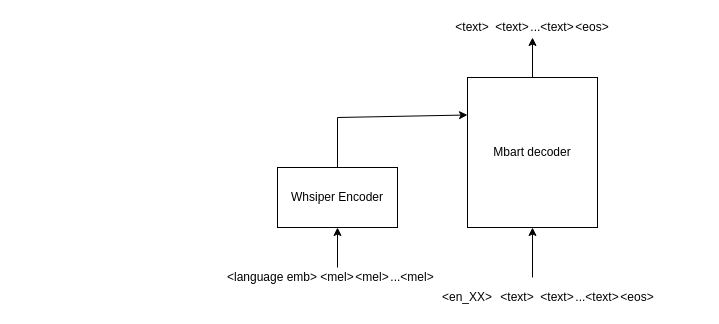
nethermanpro/drawio keeps this draw.io diagram as whisper_mod.drawio. Above is the earlier version. Source tidied: cells renumbered, new cells numbered last; positions are measured from the earlier drawing's top-left corner, leaving out a move shared by most shapes. Both pictures are drawn from the tidied source at 100%, with x=0, y=0 at pixel (207, 17).
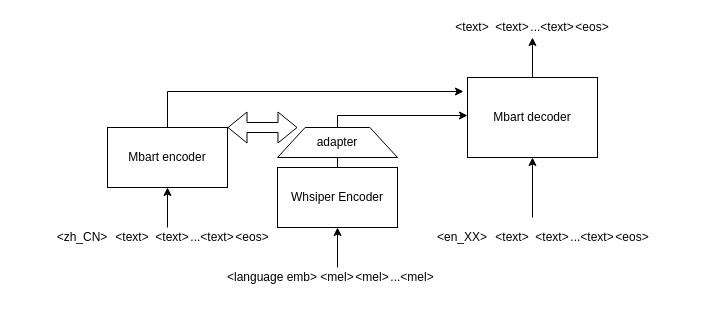
After the change.

Unchanged cells that the change refers to:
```xml
<mxCell id="2" value="Whsiper Encoder" style="rounded=0;whiteSpace=wrap;html=1;" parent="1" vertex="1">
  <mxGeometry x="70" y="150" width="120" height="60" as="geometry" />
</mxCell>
```

What changed in the source:
```diff
@@
     <mxCell id="3" value="Mbart decoder" style="rounded=0;whiteSpace=wrap;html=1;" parent="1" vertex="1">
-      <mxGeometry x="260" y="60" width="130" height="150" as="geometry" />
+      <mxGeometry x="260" y="60" width="130" height="80" as="geometry" />
     </mxCell>
-    <mxCell id="4" style="endArrow=classic;html=1;rounded=0;exitX=0.5;exitY=0;exitDx=0;exitDy=0;entryX=0;entryY=0.25;entryDx=0;entryDy=0;" parent="1" edge="1" source="2" target="3">
+    <mxCell id="4" style="endArrow=classic;html=1;rounded=0;exitX=0.5;exitY=0;exitDx=0;exitDy=0;" parent="1" edge="1" source="2">
       <mxGeometry relative="1" as="geometry">
+        <mxPoint x="260" y="98" as="targetPoint" />
         <Array as="points">
-          <mxPoint x="130" y="100" />
+          <mxPoint x="130" y="98" />
         </Array>
       </mxGeometry>
     </mxCell>
@@
     <mxCell id="10" value="&amp;lt;en_XX&amp;gt;" style="text;strokeColor=none;align=center;fillColor=none;html=1;verticalAlign=middle;whiteSpace=wrap;rounded=0;" parent="1" vertex="1">
-      <mxGeometry x="195" y="270" width="130" height="20" as="geometry" />
+      <mxGeometry x="190" y="210" width="130" height="20" as="geometry" />
     </mxCell>
     <mxCell id="11" value="&amp;lt;text&amp;gt;" style="text;strokeColor=none;align=center;fillColor=none;html=1;verticalAlign=middle;whiteSpace=wrap;rounded=0;" parent="1" vertex="1">
-      <mxGeometry x="245" y="270" width="130" height="20" as="geometry" />
+      <mxGeometry x="240" y="210" width="130" height="20" as="geometry" />
     </mxCell>
     <mxCell id="12" value="&amp;lt;text&amp;gt;" style="text;strokeColor=none;align=center;fillColor=none;html=1;verticalAlign=middle;whiteSpace=wrap;rounded=0;" parent="1" vertex="1">
-      <mxGeometry x="285" y="270" width="130" height="20" as="geometry" />
+      <mxGeometry x="280" y="210" width="130" height="20" as="geometry" />
     </mxCell>
     <mxCell id="13" value="...&amp;lt;text&amp;gt;" style="text;strokeColor=none;align=center;fillColor=none;html=1;verticalAlign=middle;whiteSpace=wrap;rounded=0;" parent="1" vertex="1">
-      <mxGeometry x="325" y="270" width="130" height="20" as="geometry" />
+      <mxGeometry x="320" y="210" width="130" height="20" as="geometry" />
     </mxCell>
     <mxCell id="14" value="&amp;lt;eos&amp;gt;" style="text;strokeColor=none;align=center;fillColor=none;html=1;verticalAlign=middle;whiteSpace=wrap;rounded=0;" parent="1" vertex="1">
-      <mxGeometry x="365" y="270" width="130" height="20" as="geometry" />
+      <mxGeometry x="360" y="210" width="130" height="20" as="geometry" />
     </mxCell>
     <mxCell id="15" style="endArrow=classic;html=1;rounded=0;entryX=0.5;entryY=1;entryDx=0;entryDy=0;" parent="1" edge="1" target="3">
       <mxGeometry relative="1" as="geometry">
-        <mxPoint x="325" y="260" as="sourcePoint" />
+        <mxPoint x="325" y="200" as="sourcePoint" />
       </mxGeometry>
     </mxCell>
@@
+    <mxCell id="21" style="verticalLabelPosition=middle;verticalAlign=middle;html=1;shape=trapezoid;perimeter=trapezoidPerimeter;whiteSpace=wrap;size=0.23;arcSize=10;flipV=1;labelPosition=center;align=center;rotation=-180;" parent="1" vertex="1">
+      <mxGeometry x="70" y="110" width="120" height="30" as="geometry" />
+    </mxCell>
+    <mxCell id="22" value="adapter" style="text;strokeColor=none;align=center;fillColor=none;html=1;verticalAlign=middle;whiteSpace=wrap;rounded=0;" parent="1" vertex="1">
+      <mxGeometry x="100" y="110" width="60" height="30" as="geometry" />
+    </mxCell>
+    <mxCell id="23" value="Mbart encoder" style="rounded=0;whiteSpace=wrap;html=1;" parent="1" vertex="1">
+      <mxGeometry x="-100" y="110" width="120" height="60" as="geometry" />
+    </mxCell>
+    <mxCell id="24" value="&amp;lt;zh_CN&amp;gt;" style="text;strokeColor=none;align=center;fillColor=none;html=1;verticalAlign=middle;whiteSpace=wrap;rounded=0;" parent="1" vertex="1">
+      <mxGeometry x="-190" y="210" width="130" height="20" as="geometry" />
+    </mxCell>
+    <mxCell id="25" value="&amp;lt;text&amp;gt;" style="text;strokeColor=none;align=center;fillColor=none;html=1;verticalAlign=middle;whiteSpace=wrap;rounded=0;" parent="1" vertex="1">
+      <mxGeometry x="-140" y="210" width="130" height="20" as="geometry" />
+    </mxCell>
+    <mxCell id="26" value="&amp;lt;text&amp;gt;" style="text;strokeColor=none;align=center;fillColor=none;html=1;verticalAlign=middle;whiteSpace=wrap;rounded=0;" parent="1" vertex="1">
+      <mxGeometry x="-100" y="210" width="130" height="20" as="geometry" />
+    </mxCell>
+    <mxCell id="27" value="...&amp;lt;text&amp;gt;" style="text;strokeColor=none;align=center;fillColor=none;html=1;verticalAlign=middle;whiteSpace=wrap;rounded=0;" parent="1" vertex="1">
+      <mxGeometry x="-60" y="210" width="130" height="20" as="geometry" />
+    </mxCell>
+    <mxCell id="28" value="&amp;lt;eos&amp;gt;" style="text;strokeColor=none;align=center;fillColor=none;html=1;verticalAlign=middle;whiteSpace=wrap;rounded=0;" parent="1" vertex="1">
+      <mxGeometry x="-20" y="210" width="130" height="20" as="geometry" />
+    </mxCell>
+    <mxCell id="29" style="endArrow=classic;html=1;rounded=0;exitX=0.154;exitY=0;exitDx=0;exitDy=0;exitPerimeter=0;entryX=0.5;entryY=1;entryDx=0;entryDy=0;" parent="1" edge="1" source="27" target="23">
+      <mxGeometry relative="1" as="geometry" />
+    </mxCell>
+    <mxCell id="30" style="endArrow=classic;html=1;rounded=0;exitX=0.5;exitY=0;exitDx=0;exitDy=0;entryX=-0.031;entryY=0.175;entryDx=0;entryDy=0;entryPerimeter=0;" parent="1" edge="1" source="23" target="3">
+      <mxGeometry relative="1" as="geometry">
+        <Array as="points">
+          <mxPoint x="-40" y="74" />
+        </Array>
+      </mxGeometry>
+    </mxCell>
+    <mxCell id="31" style="shape=flexArrow;endArrow=classic;startArrow=classic;html=1;rounded=0;exitX=1;exitY=0;exitDx=0;exitDy=0;" parent="1" edge="1" source="23">
+      <mxGeometry relative="1" as="geometry">
+        <mxPoint x="90" y="110" as="targetPoint" />
+      </mxGeometry>
+    </mxCell>
```
